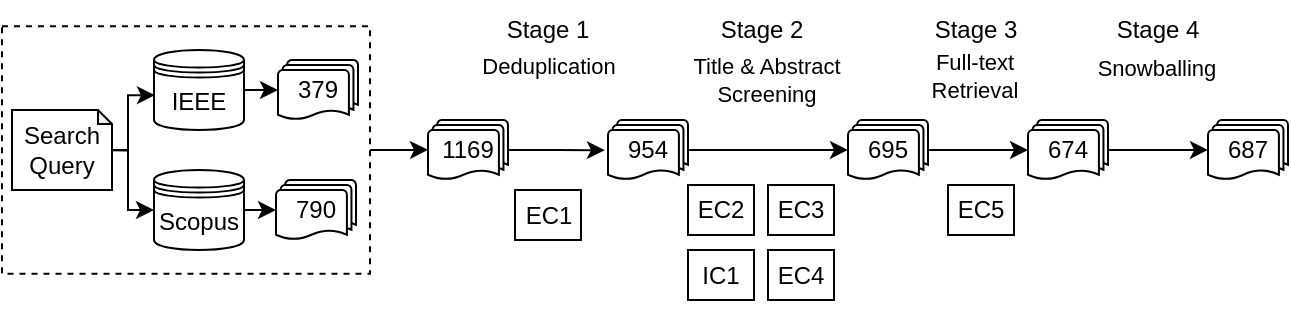
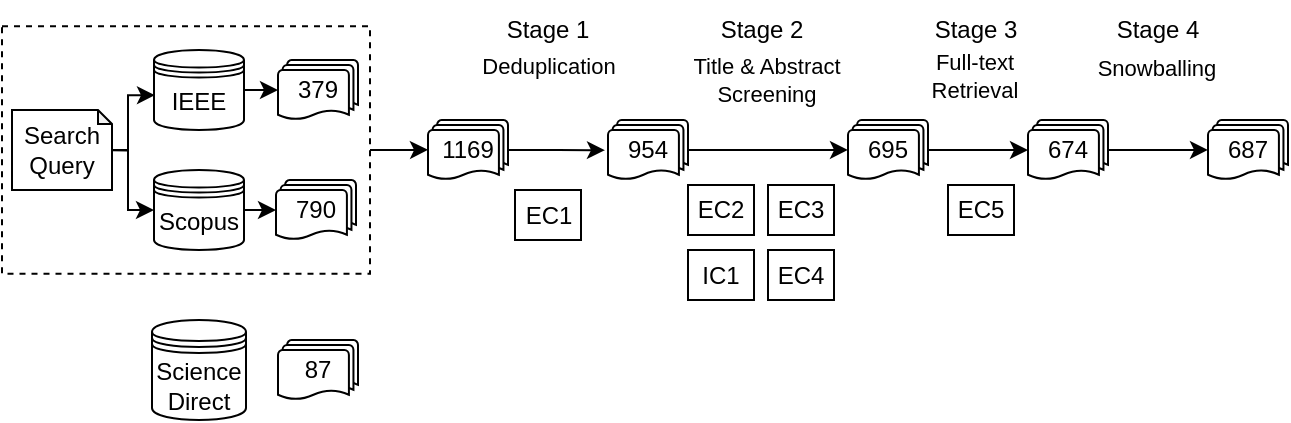
- <mxfile host="app.diagrams.net" agent="Mozilla/5.0 (Windows NT 10.0; Win64; x64) AppleWebKit/537.36 (KHTML, like Gecko) Chrome/145.0.0.0 Safari/537.36" version="29.6.1">
+ <mxfile host="app.diagrams.net" agent="Mozilla/5.0 (Windows NT 10.0; Win64; x64) AppleWebKit/537.36 (KHTML, like Gecko) Chrome/145.0.0.0 Safari/537.36">
  <diagram name="Page-1" id="EPD-pxOS8JDJHKGQRMdU">
-     <mxGraphModel dx="1011" dy="536" grid="1" gridSize="10" guides="1" tooltips="1" connect="1" arrows="1" fold="1" page="1" pageScale="1" pageWidth="850" pageHeight="1100" math="0" shadow="0">
+     <mxGraphModel dx="632" dy="338" grid="1" gridSize="10" guides="1" tooltips="1" connect="1" arrows="1" fold="1" page="1" pageScale="1" pageWidth="850" pageHeight="1100" math="0" shadow="0">
      <root>
        <mxCell id="0" />
        <mxCell id="1" parent="0" />
        <mxCell id="lcWgrL02LOkPsSpJKyJC-1" edge="1" parent="1" source="lcWgrL02LOkPsSpJKyJC-2" style="edgeStyle=orthogonalEdgeStyle;rounded=0;orthogonalLoop=1;jettySize=auto;html=1;">
          <mxGeometry relative="1" as="geometry">
            <mxPoint x="360" y="204.87" as="targetPoint" />
          </mxGeometry>
        </mxCell>
        <mxCell id="lcWgrL02LOkPsSpJKyJC-2" parent="1" style="rounded=0;whiteSpace=wrap;html=1;dashed=1;movable=1;resizable=1;rotatable=1;deletable=1;editable=1;locked=0;connectable=1;" value="" vertex="1">
          <mxGeometry height="123.75" width="184" x="147" y="143.12" as="geometry" />
        </mxCell>
        <mxCell id="lcWgrL02LOkPsSpJKyJC-3" edge="1" parent="1" source="lcWgrL02LOkPsSpJKyJC-4" style="edgeStyle=orthogonalEdgeStyle;rounded=0;orthogonalLoop=1;jettySize=auto;html=1;entryX=0.011;entryY=0.565;entryDx=0;entryDy=0;entryPerimeter=0;" target="lcWgrL02LOkPsSpJKyJC-6">
          <mxGeometry relative="1" as="geometry">
            <Array as="points">
              <mxPoint x="210" y="205" />
              <mxPoint x="210" y="178" />
            </Array>
          </mxGeometry>
        </mxCell>
        <mxCell id="lcWgrL02LOkPsSpJKyJC-4" parent="1" style="shape=note;whiteSpace=wrap;html=1;backgroundOutline=1;darkOpacity=0.05;size=7;" value="Search&lt;div&gt;Query&lt;/div&gt;" vertex="1">
          <mxGeometry height="40" width="50" x="152" y="185" as="geometry" />
        </mxCell>
        <mxCell id="lcWgrL02LOkPsSpJKyJC-5" parent="1" style="shape=datastore;whiteSpace=wrap;html=1;" value="Scopus" vertex="1">
          <mxGeometry height="40" width="45" x="223" y="215" as="geometry" />
        </mxCell>
        <mxCell id="lcWgrL02LOkPsSpJKyJC-6" parent="1" style="shape=datastore;whiteSpace=wrap;html=1;" value="IEEE" vertex="1">
          <mxGeometry height="40" width="45" x="223" y="155" as="geometry" />
        </mxCell>
        <mxCell id="lcWgrL02LOkPsSpJKyJC-7" edge="1" parent="1" source="lcWgrL02LOkPsSpJKyJC-4" style="edgeStyle=orthogonalEdgeStyle;rounded=0;orthogonalLoop=1;jettySize=auto;html=1;entryX=0;entryY=0.5;entryDx=0;entryDy=0;exitX=1;exitY=0.504;exitDx=0;exitDy=0;exitPerimeter=0;" target="lcWgrL02LOkPsSpJKyJC-5">
          <mxGeometry relative="1" as="geometry">
            <Array as="points">
              <mxPoint x="210" y="205" />
              <mxPoint x="210" y="235" />
            </Array>
            <mxPoint x="170" y="205" as="sourcePoint" />
          </mxGeometry>
        </mxCell>
        <mxCell id="lcWgrL02LOkPsSpJKyJC-8" parent="1" style="strokeWidth=1;html=1;shape=mxgraph.flowchart.multi-document;whiteSpace=wrap;" value="790" vertex="1">
          <mxGeometry height="30" width="40" x="284" y="220" as="geometry" />
        </mxCell>
        <mxCell id="lcWgrL02LOkPsSpJKyJC-9" parent="1" style="strokeWidth=1;html=1;shape=mxgraph.flowchart.multi-document;whiteSpace=wrap;" value="379" vertex="1">
          <mxGeometry height="30" width="40" x="285" y="160" as="geometry" />
        </mxCell>
        <mxCell id="lcWgrL02LOkPsSpJKyJC-12" edge="1" parent="1" source="lcWgrL02LOkPsSpJKyJC-14" style="edgeStyle=orthogonalEdgeStyle;rounded=0;orthogonalLoop=1;jettySize=auto;html=1;entryX=-0.038;entryY=0.504;entryDx=0;entryDy=0;entryPerimeter=0;" target="lcWgrL02LOkPsSpJKyJC-17">
          <mxGeometry relative="1" as="geometry">
            <mxPoint x="470" y="205" as="targetPoint" />
          </mxGeometry>
        </mxCell>
        <mxCell id="lcWgrL02LOkPsSpJKyJC-13" connectable="0" parent="lcWgrL02LOkPsSpJKyJC-12" style="edgeLabel;html=1;align=center;verticalAlign=middle;resizable=0;points=[];" value="Deduplication" vertex="1">
          <mxGeometry relative="1" x="-0.0065" y="-1" as="geometry">
            <mxPoint x="-4" y="-43" as="offset" />
          </mxGeometry>
        </mxCell>
        <mxCell id="lcWgrL02LOkPsSpJKyJC-14" parent="1" style="strokeWidth=1;html=1;shape=mxgraph.flowchart.multi-document;whiteSpace=wrap;" value="1169" vertex="1">
          <mxGeometry height="30" width="40" x="360" y="190" as="geometry" />
        </mxCell>
        <mxCell id="lcWgrL02LOkPsSpJKyJC-15" edge="1" parent="1" source="lcWgrL02LOkPsSpJKyJC-17" style="edgeStyle=orthogonalEdgeStyle;rounded=0;orthogonalLoop=1;jettySize=auto;html=1;entryX=0;entryY=0.5;entryDx=0;entryDy=0;entryPerimeter=0;" target="lcWgrL02LOkPsSpJKyJC-19">
          <mxGeometry relative="1" as="geometry">
            <Array as="points" />
            <mxPoint x="570" y="205.00000000000006" as="targetPoint" />
          </mxGeometry>
        </mxCell>
        <mxCell id="lcWgrL02LOkPsSpJKyJC-16" connectable="0" parent="lcWgrL02LOkPsSpJKyJC-15" style="edgeLabel;html=1;align=center;verticalAlign=middle;resizable=0;points=[];" value="Title &amp;amp; Abstract&lt;div&gt;Screening&lt;/div&gt;" vertex="1">
          <mxGeometry relative="1" x="-0.1294" y="-1" as="geometry">
            <mxPoint x="4" y="-36" as="offset" />
          </mxGeometry>
        </mxCell>
        <mxCell id="lcWgrL02LOkPsSpJKyJC-17" parent="1" style="strokeWidth=1;html=1;shape=mxgraph.flowchart.multi-document;whiteSpace=wrap;" value="954" vertex="1">
          <mxGeometry height="30" width="40" x="450" y="189.99" as="geometry" />
        </mxCell>
        <mxCell id="lcWgrL02LOkPsSpJKyJC-18" parent="1" style="rounded=0;whiteSpace=wrap;html=1;" value="EC1" vertex="1">
          <mxGeometry height="25" width="33" x="403.5" y="225" as="geometry" />
        </mxCell>
        <mxCell id="lcWgrL02LOkPsSpJKyJC-19" parent="1" style="strokeWidth=1;html=1;shape=mxgraph.flowchart.multi-document;whiteSpace=wrap;" value="695" vertex="1">
          <mxGeometry height="30" width="40" x="570" y="189.99" as="geometry" />
        </mxCell>
        <mxCell id="lcWgrL02LOkPsSpJKyJC-20" parent="1" style="rounded=0;whiteSpace=wrap;html=1;" value="EC2" vertex="1">
          <mxGeometry height="25" width="33" x="490" y="222.5" as="geometry" />
        </mxCell>
        <mxCell id="lcWgrL02LOkPsSpJKyJC-21" parent="1" style="rounded=0;whiteSpace=wrap;html=1;" value="EC3" vertex="1">
          <mxGeometry height="25" width="33" x="530" y="222.5" as="geometry" />
        </mxCell>
        <mxCell id="lcWgrL02LOkPsSpJKyJC-22" parent="1" style="rounded=0;whiteSpace=wrap;html=1;" value="EC4" vertex="1">
          <mxGeometry height="25" width="33" x="530" y="255" as="geometry" />
        </mxCell>
        <mxCell id="3dYulXDm6Khn9t_g3C1X-1" edge="1" parent="1" source="lcWgrL02LOkPsSpJKyJC-23" style="edgeStyle=orthogonalEdgeStyle;rounded=0;orthogonalLoop=1;jettySize=auto;html=1;entryX=0;entryY=0.5;entryDx=0;entryDy=0;entryPerimeter=0;" target="3dYulXDm6Khn9t_g3C1X-2">
          <mxGeometry relative="1" as="geometry">
            <mxPoint x="850" y="205" as="targetPoint" />
          </mxGeometry>
        </mxCell>
        <mxCell id="3dYulXDm6Khn9t_g3C1X-3" connectable="0" parent="3dYulXDm6Khn9t_g3C1X-1" style="edgeLabel;html=1;align=center;verticalAlign=middle;resizable=0;points=[];" value="Snowballing" vertex="1">
          <mxGeometry relative="1" x="-0.0421" as="geometry">
            <mxPoint y="-41" as="offset" />
          </mxGeometry>
        </mxCell>
        <mxCell id="lcWgrL02LOkPsSpJKyJC-23" parent="1" style="strokeWidth=1;html=1;shape=mxgraph.flowchart.multi-document;whiteSpace=wrap;" value="674" vertex="1">
          <mxGeometry height="30" width="40" x="660" y="190" as="geometry" />
        </mxCell>
        <mxCell id="lcWgrL02LOkPsSpJKyJC-24" edge="1" parent="1" source="lcWgrL02LOkPsSpJKyJC-19" style="edgeStyle=orthogonalEdgeStyle;rounded=0;orthogonalLoop=1;jettySize=auto;html=1;entryX=0;entryY=0.5;entryDx=0;entryDy=0;entryPerimeter=0;" target="lcWgrL02LOkPsSpJKyJC-23">
          <mxGeometry relative="1" as="geometry" />
        </mxCell>
        <mxCell id="lcWgrL02LOkPsSpJKyJC-25" connectable="0" parent="lcWgrL02LOkPsSpJKyJC-24" style="edgeLabel;html=1;align=center;verticalAlign=middle;resizable=0;points=[];" value="Full-text&lt;div&gt;Retrieval&lt;/div&gt;" vertex="1">
          <mxGeometry relative="1" x="-0.1099" y="1" as="geometry">
            <mxPoint y="-36" as="offset" />
          </mxGeometry>
        </mxCell>
        <mxCell id="lcWgrL02LOkPsSpJKyJC-26" parent="1" style="rounded=0;whiteSpace=wrap;html=1;" value="EC5" vertex="1">
          <mxGeometry height="25" width="33" x="620" y="222.5" as="geometry" />
        </mxCell>
        <mxCell id="lcWgrL02LOkPsSpJKyJC-27" parent="1" style="rounded=0;whiteSpace=wrap;html=1;" value="IC1" vertex="1">
          <mxGeometry height="25" width="33" x="490" y="255" as="geometry" />
        </mxCell>
        <mxCell id="lcWgrL02LOkPsSpJKyJC-28" parent="1" style="text;html=1;whiteSpace=wrap;strokeColor=none;fillColor=none;align=center;verticalAlign=middle;rounded=0;" value="Stage 1" vertex="1">
          <mxGeometry height="30" width="60" x="390" y="130" as="geometry" />
        </mxCell>
        <mxCell id="lcWgrL02LOkPsSpJKyJC-29" parent="1" style="text;html=1;whiteSpace=wrap;strokeColor=none;fillColor=none;align=center;verticalAlign=middle;rounded=0;" value="Stage 2" vertex="1">
          <mxGeometry height="30" width="60" x="497" y="130" as="geometry" />
        </mxCell>
        <mxCell id="lcWgrL02LOkPsSpJKyJC-30" parent="1" style="text;html=1;whiteSpace=wrap;strokeColor=none;fillColor=none;align=center;verticalAlign=middle;rounded=0;" value="Stage 3" vertex="1">
          <mxGeometry height="30" width="60" x="604" y="130" as="geometry" />
        </mxCell>
        <mxCell id="3dYulXDm6Khn9t_g3C1X-2" parent="1" style="strokeWidth=1;html=1;shape=mxgraph.flowchart.multi-document;whiteSpace=wrap;" value="687" vertex="1">
          <mxGeometry height="30" width="40" x="750" y="189.99" as="geometry" />
        </mxCell>
        <mxCell id="3dYulXDm6Khn9t_g3C1X-7" parent="1" style="text;html=1;whiteSpace=wrap;strokeColor=none;fillColor=none;align=center;verticalAlign=middle;rounded=0;" value="Stage 4" vertex="1">
          <mxGeometry height="30" width="60" x="695" y="130" as="geometry" />
        </mxCell>
        <mxCell id="3dYulXDm6Khn9t_g3C1X-10" edge="1" parent="1" source="lcWgrL02LOkPsSpJKyJC-5" style="edgeStyle=orthogonalEdgeStyle;rounded=0;orthogonalLoop=1;jettySize=auto;html=1;entryX=0;entryY=0.5;entryDx=0;entryDy=0;entryPerimeter=0;" target="lcWgrL02LOkPsSpJKyJC-8">
          <mxGeometry relative="1" as="geometry">
            <Array as="points">
              <mxPoint x="260" y="235" />
              <mxPoint x="260" y="235" />
            </Array>
          </mxGeometry>
        </mxCell>
        <mxCell id="3dYulXDm6Khn9t_g3C1X-11" edge="1" parent="1" source="lcWgrL02LOkPsSpJKyJC-6" style="edgeStyle=orthogonalEdgeStyle;rounded=0;orthogonalLoop=1;jettySize=auto;html=1;entryX=0;entryY=0.5;entryDx=0;entryDy=0;entryPerimeter=0;" target="lcWgrL02LOkPsSpJKyJC-9">
          <mxGeometry relative="1" as="geometry">
            <Array as="points">
              <mxPoint x="285" y="175" />
            </Array>
          </mxGeometry>
        </mxCell>
        <mxCell id="3dYulXDm6Khn9t_g3C1X-12" edge="1" parent="1" source="lcWgrL02LOkPsSpJKyJC-22" style="edgeStyle=orthogonalEdgeStyle;rounded=0;orthogonalLoop=1;jettySize=auto;html=1;exitX=0.5;exitY=1;exitDx=0;exitDy=0;" target="lcWgrL02LOkPsSpJKyJC-22">
          <mxGeometry relative="1" as="geometry" />
        </mxCell>
+         <mxCell id="uM7LAKjQwFEnnQu7Dd1V-1" parent="1" style="shape=datastore;whiteSpace=wrap;html=1;" value="Science&lt;div&gt;Direct&lt;/div&gt;" vertex="1">
+           <mxGeometry height="50" width="47" x="222" y="290" as="geometry" />
+         </mxCell>
+         <mxCell id="uM7LAKjQwFEnnQu7Dd1V-2" parent="1" style="strokeWidth=1;html=1;shape=mxgraph.flowchart.multi-document;whiteSpace=wrap;" value="87" vertex="1">
+           <mxGeometry height="30" width="40" x="285" y="300" as="geometry" />
+         </mxCell>
      </root>
    </mxGraphModel>
  </diagram>
</mxfile>
